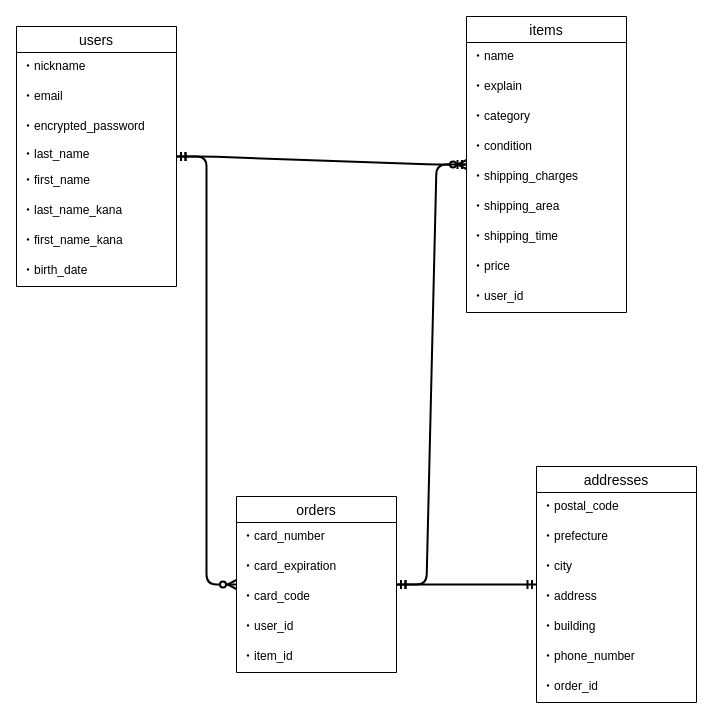
Before: furima.dio in ksk-6021/furima-35854, a draw.io diagram. Source tidied: cells renumbered, new cells numbered last; positions are measured from the earlier drawing's top-left corner, leaving out a move shared by most shapes. Both pictures are drawn from the tidied source at 100%, with x=0, y=0 at pixel (16, 16).
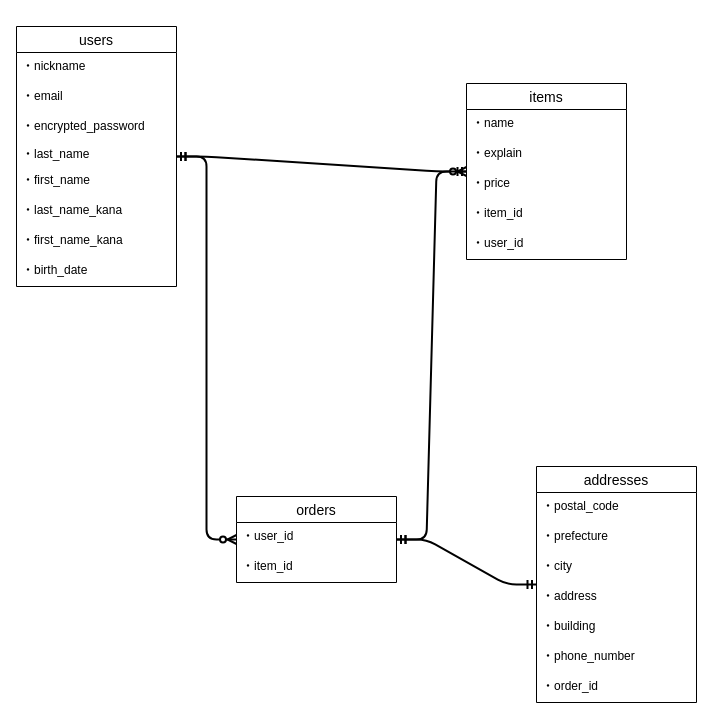
The same page after the edit.

Commit message (it also covers changes not shown here):
データベース設計修正

What changed in the source:
```diff
@@
     <mxCell id="10" value="items" style="swimlane;fontStyle=0;horizontal=1;startSize=26;align=center;fontSize=14;" parent="1" vertex="1">
-      <mxGeometry x="450" width="160" height="296" as="geometry" />
+      <mxGeometry x="450" y="67" width="160" height="176" as="geometry" />
     </mxCell>
@@
-    <mxCell id="13" value="・category" style="text;strokeColor=none;fillColor=none;spacingLeft=4;spacingRight=4;overflow=hidden;fontSize=12;" parent="10" vertex="1">
-      <mxGeometry y="86" width="160" height="30" as="geometry" />
-    </mxCell>
-    <mxCell id="14" value="・condition" style="text;strokeColor=none;fillColor=none;spacingLeft=4;spacingRight=4;overflow=hidden;fontSize=12;" parent="10" vertex="1">
-      <mxGeometry y="116" width="160" height="30" as="geometry" />
-    </mxCell>
-    <mxCell id="15" value="・shipping_charges" style="text;strokeColor=none;fillColor=none;spacingLeft=4;spacingRight=4;overflow=hidden;fontSize=12;" parent="10" vertex="1">
-      <mxGeometry y="146" width="160" height="30" as="geometry" />
-    </mxCell>
-    <mxCell id="16" value="・shipping_area" style="text;strokeColor=none;fillColor=none;spacingLeft=4;spacingRight=4;overflow=hidden;fontSize=12;" parent="10" vertex="1">
-      <mxGeometry y="176" width="160" height="30" as="geometry" />
-    </mxCell>
-    <mxCell id="17" value="・shipping_time" style="text;strokeColor=none;fillColor=none;spacingLeft=4;spacingRight=4;overflow=hidden;fontSize=12;" parent="10" vertex="1">
-      <mxGeometry y="206" width="160" height="30" as="geometry" />
-    </mxCell>
     <mxCell id="18" value="・price" style="text;strokeColor=none;fillColor=none;spacingLeft=4;spacingRight=4;overflow=hidden;fontSize=12;" parent="10" vertex="1">
-      <mxGeometry y="236" width="160" height="30" as="geometry" />
+      <mxGeometry y="86" width="160" height="30" as="geometry" />
     </mxCell>
+    <mxCell id="38" value="・item_id" style="text;strokeColor=none;fillColor=none;spacingLeft=4;spacingRight=4;overflow=hidden;fontSize=12;" parent="10" vertex="1">
+      <mxGeometry y="116" width="160" height="30" as="geometry" />
+    </mxCell>
     <mxCell id="19" value="・user_id" style="text;strokeColor=none;fillColor=none;spacingLeft=4;spacingRight=4;overflow=hidden;fontSize=12;" parent="10" vertex="1">
-      <mxGeometry y="266" width="160" height="30" as="geometry" />
+      <mxGeometry y="146" width="160" height="30" as="geometry" />
     </mxCell>
     <mxCell id="20" value="orders" style="swimlane;fontStyle=0;horizontal=1;startSize=26;align=center;fontSize=14;" parent="1" vertex="1">
-      <mxGeometry x="220" y="480" width="160" height="176" as="geometry" />
+      <mxGeometry x="220" y="480" width="160" height="86" as="geometry" />
     </mxCell>
-    <mxCell id="21" value="・card_number" style="text;strokeColor=none;fillColor=none;spacingLeft=4;spacingRight=4;overflow=hidden;fontSize=12;" parent="20" vertex="1">
-      <mxGeometry y="26" width="160" height="30" as="geometry" />
-    </mxCell>
-    <mxCell id="22" value="・card_expiration" style="text;strokeColor=none;fillColor=none;spacingLeft=4;spacingRight=4;overflow=hidden;fontSize=12;" parent="20" vertex="1">
-      <mxGeometry y="56" width="160" height="30" as="geometry" />
-    </mxCell>
-    <mxCell id="23" value="・card_code" style="text;strokeColor=none;fillColor=none;spacingLeft=4;spacingRight=4;overflow=hidden;fontSize=12;" parent="20" vertex="1">
-      <mxGeometry y="86" width="160" height="30" as="geometry" />
-    </mxCell>
     <mxCell id="24" value="・user_id" style="text;strokeColor=none;fillColor=none;spacingLeft=4;spacingRight=4;overflow=hidden;fontSize=12;" parent="20" vertex="1">
-      <mxGeometry y="116" width="160" height="30" as="geometry" />
+      <mxGeometry y="26" width="160" height="30" as="geometry" />
     </mxCell>
     <mxCell id="25" value="・item_id" style="text;strokeColor=none;fillColor=none;spacingLeft=4;spacingRight=4;overflow=hidden;fontSize=12;" parent="20" vertex="1">
-      <mxGeometry y="146" width="160" height="30" as="geometry" />
+      <mxGeometry y="56" width="160" height="30" as="geometry" />
     </mxCell>
```
